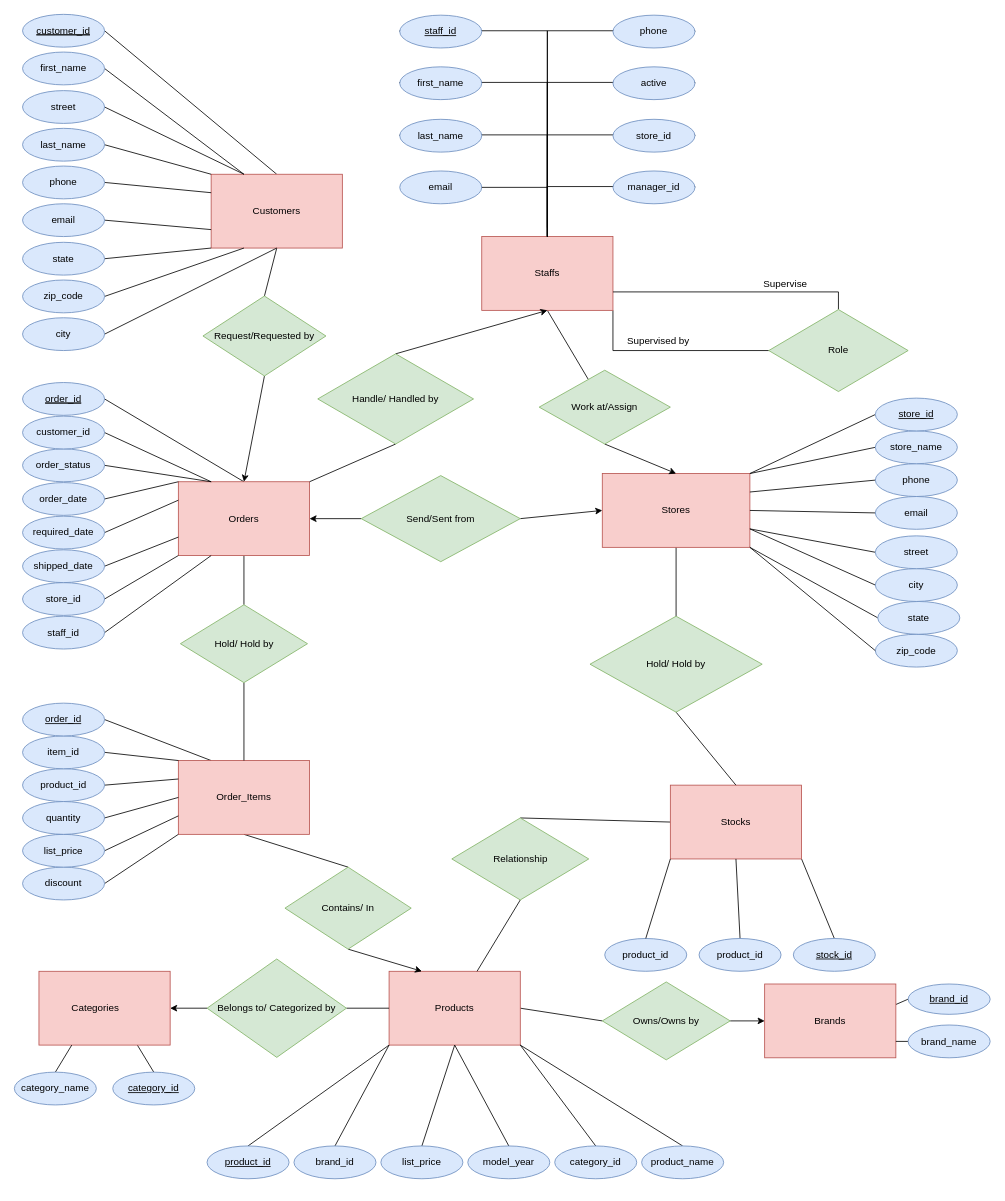
The draw.io diagram Bike_Store_Relational_Database_SQL/src/ER_diagram.drawio in leedh7878/DanielLee_Project_Portfolio, before the edit. Source tidied: cells renumbered, new cells numbered last; positions are measured from the earlier drawing's top-left corner, leaving out a move shared by most shapes. Both pictures are drawn from the tidied source at 82%, with x=0, y=0 at pixel (14, 14).
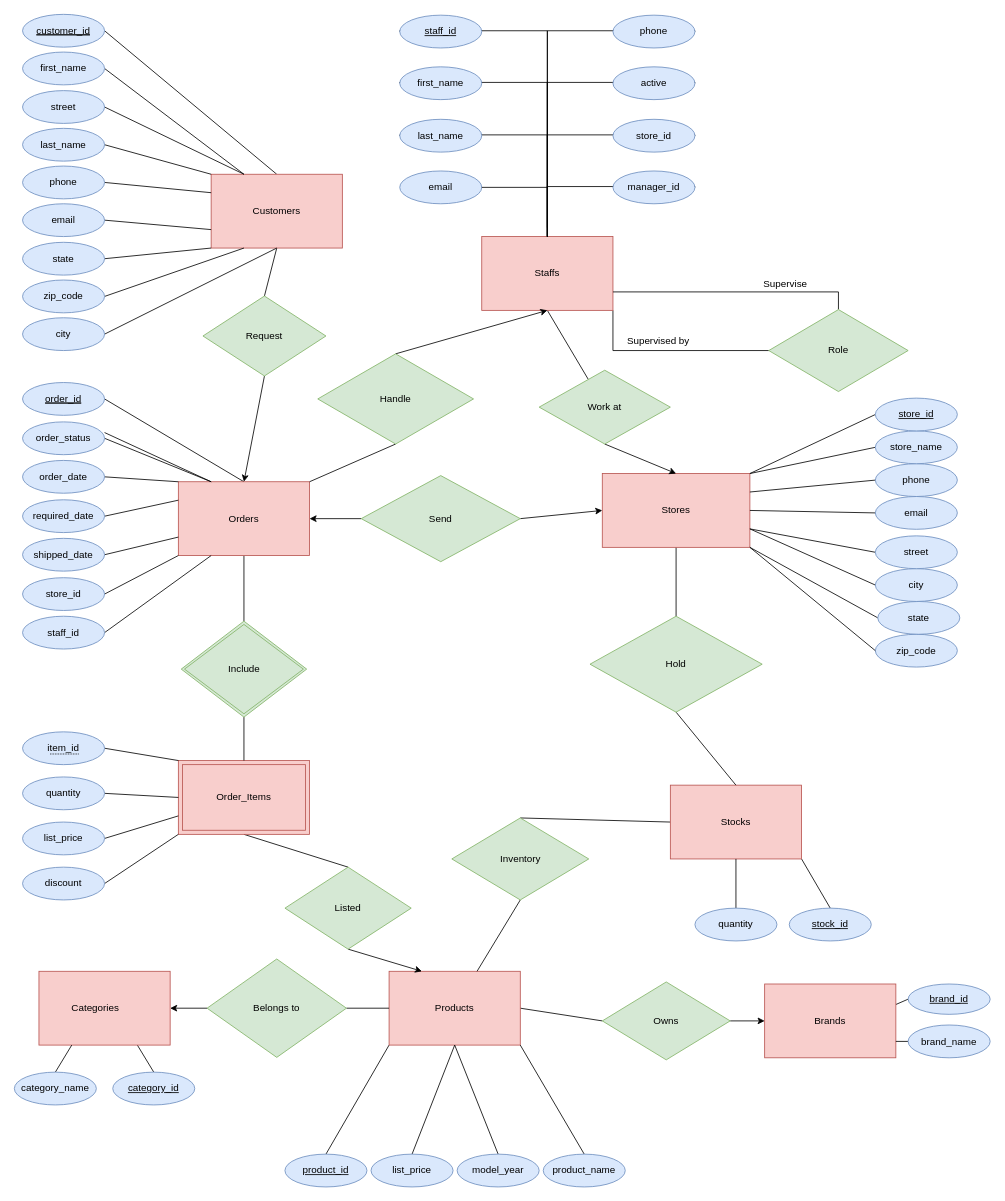
The same page after the edit.

Unchanged cells that the change refers to:
```xml
<mxCell id="99" value="Products" style="whiteSpace=wrap;html=1;align=center;fillColor=#f8cecc;strokeColor=#b85450;" parent="1" vertex="1">
  <mxGeometry x="457" y="1167" width="160" height="90" as="geometry" />
</mxCell>
<mxCell id="113" value="Stocks" style="whiteSpace=wrap;html=1;align=center;fillColor=#f8cecc;strokeColor=#b85450;" parent="1" vertex="1">
  <mxGeometry x="800" y="940" width="160" height="90" as="geometry" />
</mxCell>
```

What changed in the source:
```diff
@@
-    <mxCell id="22" style="rounded=0;jettySize=auto;html=1;exitX=0.5;exitY=1;exitDx=0;exitDy=0;entryX=0.5;entryY=0;entryDx=0;entryDy=0;endArrow=none;endFill=0;" parent="1" edge="1" source="23" target="138">
+    <mxCell id="22" style="rounded=0;jettySize=auto;html=1;exitX=0.5;exitY=1;exitDx=0;exitDy=0;entryX=0.5;entryY=0;entryDx=0;entryDy=0;endArrow=none;endFill=0;" parent="1" edge="1" source="23" target="150">
       <mxGeometry relative="1" as="geometry" />
     </mxCell>
-    <mxCell id="23" value="Orders" style="whiteSpace=wrap;html=1;align=center;fillColor=#f8cecc;strokeColor=#b85450;" parent="1" vertex="1">
+    <mxCell id="23" value="Orders" style="margin=3;double=1;whiteSpace=wrap;html=1;align=center;fillColor=#f8cecc;strokeColor=#b85450;glass=0;rounded=0;absoluteArcSize=0;fillStyle=solid;" parent="1" vertex="1">
       <mxGeometry x="200" y="570" width="160" height="90" as="geometry" />
     </mxCell>
@@
     <mxCell id="27" value="store_id" style="ellipse;whiteSpace=wrap;html=1;align=center;fillColor=#dae8fc;strokeColor=#6c8ebf;" parent="1" vertex="1">
-      <mxGeometry x="10" y="693" width="100" height="40" as="geometry" />
+      <mxGeometry x="10" y="687" width="100" height="40" as="geometry" />
     </mxCell>
@@
     <mxCell id="29" value="order_status" style="ellipse;whiteSpace=wrap;html=1;align=center;fillColor=#dae8fc;strokeColor=#6c8ebf;" parent="1" vertex="1">
-      <mxGeometry x="10" y="530" width="100" height="40" as="geometry" />
+      <mxGeometry x="10" y="497" width="100" height="40" as="geometry" />
     </mxCell>
@@
     <mxCell id="31" value="shipped_date" style="ellipse;whiteSpace=wrap;html=1;align=center;fillColor=#dae8fc;strokeColor=#6c8ebf;" parent="1" vertex="1">
-      <mxGeometry x="10" y="653" width="100" height="40" as="geometry" />
+      <mxGeometry x="10" y="639" width="100" height="40" as="geometry" />
     </mxCell>
@@
     <mxCell id="33" value="required_date" style="ellipse;whiteSpace=wrap;html=1;align=center;fillColor=#dae8fc;strokeColor=#6c8ebf;" parent="1" vertex="1">
-      <mxGeometry x="10" y="612" width="100" height="40" as="geometry" />
+      <mxGeometry x="10" y="592" width="100" height="40" as="geometry" />
     </mxCell>
@@
     <mxCell id="35" value="order_date" style="ellipse;whiteSpace=wrap;html=1;align=center;fillColor=#dae8fc;strokeColor=#6c8ebf;" parent="1" vertex="1">
-      <mxGeometry x="10" y="571" width="100" height="40" as="geometry" />
+      <mxGeometry x="10" y="544" width="100" height="40" as="geometry" />
     </mxCell>
-    <mxCell id="36" style="rounded=0;jettySize=auto;html=1;exitX=1;exitY=0.5;exitDx=0;exitDy=0;entryX=0.25;entryY=0;entryDx=0;entryDy=0;endArrow=none;endFill=0;" parent="1" edge="1" source="128" target="23">
-      <mxGeometry relative="1" as="geometry" />
+    <mxCell id="36" style="rounded=0;jettySize=auto;html=1;exitX=1;exitY=0.5;exitDx=0;exitDy=0;entryX=0.25;entryY=0;entryDx=0;entryDy=0;endArrow=none;endFill=0;" parent="1" edge="1" target="23">
+      <mxGeometry relative="1" as="geometry">
+        <mxPoint x="110" y="510" as="sourcePoint" />
+      </mxGeometry>
     </mxCell>
@@
-    <mxCell id="48" value="Handle/ Handled by" style="shape=rhombus;perimeter=rhombusPerimeter;whiteSpace=wrap;html=1;align=center;fillColor=#d5e8d4;strokeColor=#82b366;" parent="1" vertex="1">
+    <mxCell id="48" value="Handle" style="shape=rhombus;perimeter=rhombusPerimeter;whiteSpace=wrap;html=1;align=center;fillColor=#d5e8d4;strokeColor=#82b366;" parent="1" vertex="1">
       <mxGeometry x="370" y="414" width="190" height="110" as="geometry" />
     </mxCell>
@@
-    <mxCell id="77" style="rounded=0;jettySize=auto;html=1;exitX=0.25;exitY=0;exitDx=0;exitDy=0;entryX=1;entryY=0.5;entryDx=0;entryDy=0;endArrow=none;endFill=0;" parent="1" edge="1" source="79" target="90">
-      <mxGeometry relative="1" as="geometry" />
-    </mxCell>
@@
-    <mxCell id="79" value="Order_Items" style="whiteSpace=wrap;html=1;align=center;fillColor=#f8cecc;strokeColor=#b85450;" parent="1" vertex="1">
+    <mxCell id="79" value="Order_Items" style="shape=ext;margin=3;double=1;whiteSpace=wrap;html=1;align=center;fillColor=#f8cecc;strokeColor=#b85450;" parent="1" vertex="1">
       <mxGeometry x="200" y="910" width="160" height="90" as="geometry" />
     </mxCell>
-    <mxCell id="80" style="rounded=0;jettySize=auto;html=1;exitX=1;exitY=0.5;exitDx=0;exitDy=0;entryX=0;entryY=0.25;entryDx=0;entryDy=0;endArrow=none;endFill=0;" parent="1" edge="1" source="81" target="79">
-      <mxGeometry relative="1" as="geometry" />
-    </mxCell>
-    <mxCell id="81" value="product_id" style="ellipse;whiteSpace=wrap;html=1;align=center;fillColor=#dae8fc;strokeColor=#6c8ebf;" parent="1" vertex="1">
-      <mxGeometry x="10" y="920" width="100" height="40" as="geometry" />
-    </mxCell>
@@
     <mxCell id="85" value="list_price" style="ellipse;whiteSpace=wrap;html=1;align=center;fillColor=#dae8fc;strokeColor=#6c8ebf;" parent="1" vertex="1">
-      <mxGeometry x="10" y="1000" width="100" height="40" as="geometry" />
+      <mxGeometry x="10" y="985" width="100" height="40" as="geometry" />
     </mxCell>
@@
     <mxCell id="87" value="quantity" style="ellipse;whiteSpace=wrap;html=1;align=center;fillColor=#dae8fc;strokeColor=#6c8ebf;" parent="1" vertex="1">
-      <mxGeometry x="10" y="960" width="100" height="40" as="geometry" />
+      <mxGeometry x="10" y="930" width="100" height="40" as="geometry" />
     </mxCell>
@@
-    <mxCell id="89" value="item_id" style="ellipse;whiteSpace=wrap;html=1;align=center;fillColor=#dae8fc;strokeColor=#6c8ebf;" parent="1" vertex="1">
-      <mxGeometry x="10" y="880" width="100" height="40" as="geometry" />
-    </mxCell>
-    <mxCell id="90" value="&lt;u&gt;order_id&lt;/u&gt;" style="ellipse;whiteSpace=wrap;html=1;align=center;fillColor=#dae8fc;strokeColor=#6c8ebf;" parent="1" vertex="1">
-      <mxGeometry x="10" y="840" width="100" height="40" as="geometry" />
-    </mxCell>
@@
-    <mxCell id="100" style="rounded=0;jettySize=auto;html=1;exitX=0.5;exitY=0;exitDx=0;exitDy=0;endArrow=none;endFill=0;entryX=0;entryY=1;entryDx=0;entryDy=0;" parent="1" edge="1" source="101" target="99">
-      <mxGeometry relative="1" as="geometry" />
-    </mxCell>
-    <mxCell id="101" value="brand_id" style="ellipse;whiteSpace=wrap;html=1;align=center;fillColor=#dae8fc;strokeColor=#6c8ebf;" parent="1" vertex="1">
-      <mxGeometry x="341" y="1380" width="100" height="40" as="geometry" />
-    </mxCell>
@@
     <mxCell id="103" value="list_price" style="ellipse;whiteSpace=wrap;html=1;align=center;fillColor=#dae8fc;strokeColor=#6c8ebf;" parent="1" vertex="1">
-      <mxGeometry x="447" y="1380" width="100" height="40" as="geometry" />
+      <mxGeometry x="435" y="1390" width="100" height="40" as="geometry" />
     </mxCell>
@@
     <mxCell id="105" value="model_year" style="ellipse;whiteSpace=wrap;html=1;align=center;fillColor=#dae8fc;strokeColor=#6c8ebf;" parent="1" vertex="1">
-      <mxGeometry x="553" y="1380" width="100" height="40" as="geometry" />
+      <mxGeometry x="540" y="1390" width="100" height="40" as="geometry" />
     </mxCell>
-    <mxCell id="106" style="rounded=0;jettySize=auto;html=1;exitX=0.5;exitY=0;exitDx=0;exitDy=0;endArrow=none;endFill=0;entryX=1;entryY=1;entryDx=0;entryDy=0;" parent="1" edge="1" source="107" target="99">
-      <mxGeometry relative="1" as="geometry" />
-    </mxCell>
-    <mxCell id="107" value="category_id" style="ellipse;whiteSpace=wrap;html=1;align=center;fillColor=#dae8fc;strokeColor=#6c8ebf;" parent="1" vertex="1">
-      <mxGeometry x="659" y="1380" width="100" height="40" as="geometry" />
-    </mxCell>
@@
     <mxCell id="109" value="product_name" style="ellipse;whiteSpace=wrap;html=1;align=center;fillColor=#dae8fc;strokeColor=#6c8ebf;" parent="1" vertex="1">
-      <mxGeometry x="765" y="1380" width="100" height="40" as="geometry" />
+      <mxGeometry x="645" y="1390" width="100" height="40" as="geometry" />
     </mxCell>
     <mxCell id="110" value="&lt;u&gt;product_id&lt;/u&gt;" style="ellipse;whiteSpace=wrap;html=1;align=center;fillColor=#dae8fc;strokeColor=#6c8ebf;" parent="1" vertex="1">
-      <mxGeometry x="235" y="1380" width="100" height="40" as="geometry" />
+      <mxGeometry x="330" y="1390" width="100" height="40" as="geometry" />
     </mxCell>
@@
-    <mxCell id="115" value="product_id" style="ellipse;whiteSpace=wrap;html=1;align=center;fillColor=#dae8fc;strokeColor=#6c8ebf;" parent="1" vertex="1">
-      <mxGeometry x="835" y="1127" width="100" height="40" as="geometry" />
+    <mxCell id="115" value="quantity" style="ellipse;whiteSpace=wrap;html=1;align=center;fillColor=#dae8fc;strokeColor=#6c8ebf;" parent="1" vertex="1">
+      <mxGeometry x="830" y="1090" width="100" height="40" as="geometry" />
     </mxCell>
     <mxCell id="116" value="&lt;u&gt;stock_id&lt;/u&gt;" style="ellipse;whiteSpace=wrap;html=1;align=center;fillColor=#dae8fc;strokeColor=#6c8ebf;" parent="1" vertex="1">
-      <mxGeometry x="950" y="1127" width="100" height="40" as="geometry" />
+      <mxGeometry x="945" y="1090" width="100" height="40" as="geometry" />
     </mxCell>
@@
-    <mxCell id="122" value="product_id" style="ellipse;whiteSpace=wrap;html=1;align=center;fillColor=#dae8fc;strokeColor=#6c8ebf;" parent="1" vertex="1">
-      <mxGeometry x="720" y="1127" width="100" height="40" as="geometry" />
-    </mxCell>
-    <mxCell id="123" style="rounded=0;jettySize=auto;html=1;exitX=0.5;exitY=0;exitDx=0;exitDy=0;entryX=0;entryY=1;entryDx=0;entryDy=0;endArrow=none;endFill=0;" parent="1" edge="1" source="122" target="113">
-      <mxGeometry relative="1" as="geometry" />
-    </mxCell>
@@
-    <mxCell id="125" value="Request/Requested by" style="shape=rhombus;perimeter=rhombusPerimeter;whiteSpace=wrap;html=1;align=center;fillColor=#d5e8d4;strokeColor=#82b366;" parent="1" vertex="1">
+    <mxCell id="125" value="Request" style="shape=rhombus;perimeter=rhombusPerimeter;whiteSpace=wrap;html=1;align=center;fillColor=#d5e8d4;strokeColor=#82b366;" parent="1" vertex="1">
       <mxGeometry x="230" y="343.5" width="150" height="97.5" as="geometry" />
     </mxCell>
@@
-    <mxCell id="128" value="customer_id" style="ellipse;whiteSpace=wrap;html=1;align=center;fillColor=#dae8fc;strokeColor=#6c8ebf;" parent="1" vertex="1">
-      <mxGeometry x="10" y="490" width="100" height="40" as="geometry" />
-    </mxCell>
@@
-    <mxCell id="131" value="Send/Sent from" style="shape=rhombus;perimeter=rhombusPerimeter;whiteSpace=wrap;html=1;align=center;fillColor=#d5e8d4;strokeColor=#82b366;" parent="1" vertex="1">
+    <mxCell id="131" value="Send" style="shape=rhombus;perimeter=rhombusPerimeter;whiteSpace=wrap;html=1;align=center;fillColor=#d5e8d4;strokeColor=#82b366;" parent="1" vertex="1">
       <mxGeometry x="423" y="562.5" width="194" height="105" as="geometry" />
     </mxCell>
@@
-    <mxCell id="136" value="Work at/Assign" style="shape=rhombus;perimeter=rhombusPerimeter;whiteSpace=wrap;html=1;align=center;fillColor=#d5e8d4;strokeColor=#82b366;" parent="1" vertex="1">
+    <mxCell id="136" value="Work at" style="shape=rhombus;perimeter=rhombusPerimeter;whiteSpace=wrap;html=1;align=center;fillColor=#d5e8d4;strokeColor=#82b366;" parent="1" vertex="1">
       <mxGeometry x="640" y="434" width="160" height="90" as="geometry" />
     </mxCell>
-    <mxCell id="137" style="rounded=0;jettySize=auto;html=1;exitX=0.5;exitY=1;exitDx=0;exitDy=0;entryX=0.5;entryY=0;entryDx=0;entryDy=0;endArrow=none;endFill=0;" parent="1" edge="1" source="138" target="79">
+    <mxCell id="137" style="rounded=0;jettySize=auto;html=1;exitX=0.5;exitY=1;exitDx=0;exitDy=0;entryX=0.5;entryY=0;entryDx=0;entryDy=0;endArrow=none;endFill=0;" parent="1" edge="1" source="150" target="79">
       <mxGeometry relative="1" as="geometry" />
     </mxCell>
-    <mxCell id="138" value="Hold/ Hold by" style="shape=rhombus;perimeter=rhombusPerimeter;whiteSpace=wrap;html=1;align=center;fillColor=#d5e8d4;strokeColor=#82b366;" parent="1" vertex="1">
-      <mxGeometry x="202.5" y="720" width="155" height="95" as="geometry" />
-    </mxCell>
@@
-    <mxCell id="140" value="Owns/Owns by" style="shape=rhombus;perimeter=rhombusPerimeter;whiteSpace=wrap;html=1;align=center;fillColor=#d5e8d4;strokeColor=#82b366;" parent="1" vertex="1">
+    <mxCell id="140" value="Owns" style="shape=rhombus;perimeter=rhombusPerimeter;whiteSpace=wrap;html=1;align=center;fillColor=#d5e8d4;strokeColor=#82b366;" parent="1" vertex="1">
       <mxGeometry x="717" y="1180" width="156" height="95" as="geometry" />
     </mxCell>
@@
-    <mxCell id="142" value="Contains/ In" style="shape=rhombus;perimeter=rhombusPerimeter;whiteSpace=wrap;html=1;align=center;fillColor=#d5e8d4;strokeColor=#82b366;" parent="1" vertex="1">
+    <mxCell id="142" value="Listed" style="shape=rhombus;perimeter=rhombusPerimeter;whiteSpace=wrap;html=1;align=center;fillColor=#d5e8d4;strokeColor=#82b366;" parent="1" vertex="1">
       <mxGeometry x="330" y="1040" width="154" height="100" as="geometry" />
     </mxCell>
@@
-    <mxCell id="144" value="Hold/ Hold by" style="shape=rhombus;perimeter=rhombusPerimeter;whiteSpace=wrap;html=1;align=center;fillColor=#d5e8d4;strokeColor=#82b366;" parent="1" vertex="1">
+    <mxCell id="144" value="Hold" style="shape=rhombus;perimeter=rhombusPerimeter;whiteSpace=wrap;html=1;align=center;fillColor=#d5e8d4;strokeColor=#82b366;" parent="1" vertex="1">
       <mxGeometry x="702" y="734" width="210" height="117" as="geometry" />
     </mxCell>
@@
-    <mxCell id="146" value="Relationship" style="shape=rhombus;perimeter=rhombusPerimeter;whiteSpace=wrap;html=1;align=center;fillColor=#d5e8d4;strokeColor=#82b366;" parent="1" vertex="1">
+    <mxCell id="146" value="Inventory" style="shape=rhombus;perimeter=rhombusPerimeter;whiteSpace=wrap;html=1;align=center;fillColor=#d5e8d4;strokeColor=#82b366;" parent="1" vertex="1">
       <mxGeometry x="533.5" y="980" width="167" height="100" as="geometry" />
     </mxCell>
@@
-    <mxCell id="148" value="Belongs to/ Categorized by" style="shape=rhombus;perimeter=rhombusPerimeter;whiteSpace=wrap;html=1;align=center;fillColor=#d5e8d4;strokeColor=#82b366;" parent="1" vertex="1">
+    <mxCell id="148" value="Belongs to" style="shape=rhombus;perimeter=rhombusPerimeter;whiteSpace=wrap;html=1;align=center;fillColor=#d5e8d4;strokeColor=#82b366;" parent="1" vertex="1">
       <mxGeometry x="235" y="1152" width="170" height="120" as="geometry" />
     </mxCell>
@@
+    <mxCell id="150" value="Include" style="shape=rhombus;double=1;perimeter=rhombusPerimeter;whiteSpace=wrap;html=1;align=center;fillColor=#d5e8d4;strokeColor=#82b366;" parent="1" vertex="1">
+      <mxGeometry x="203.5" y="740" width="153" height="117" as="geometry" />
+    </mxCell>
+    <mxCell id="89" value="&lt;span style=&quot;border-bottom: 1px dotted&quot;&gt;item_id&lt;/span&gt;" style="ellipse;whiteSpace=wrap;html=1;align=center;fillColor=#dae8fc;strokeColor=#6c8ebf;" parent="1" vertex="1">
+      <mxGeometry x="10" y="875" width="100" height="40" as="geometry" />
+    </mxCell>
```
